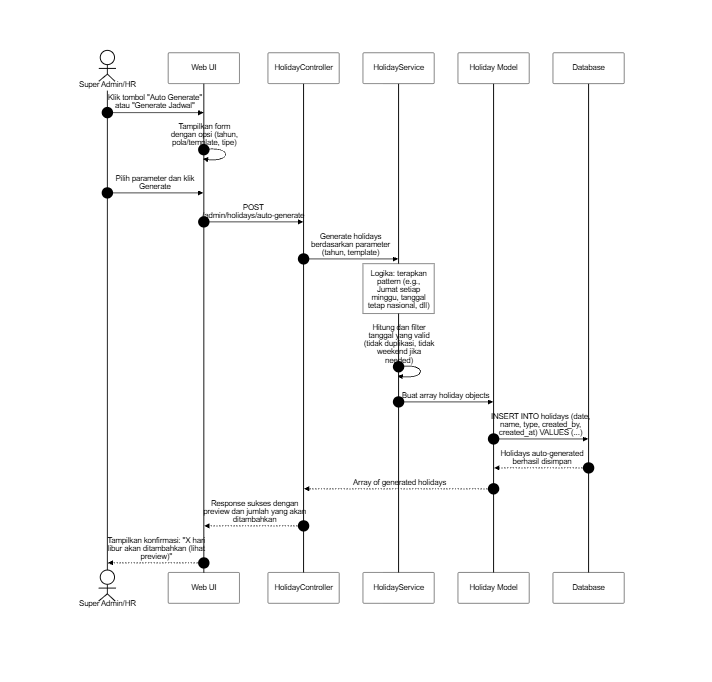
Earlier version of the Mermaid export docs/SequenceDiagram/PNG_Transparent/KelolaHariLibur-AutoGenerate.png (SulaimanHafi23/SimpegRSHDI). Its source is kept beside it as docs/SequenceDiagram/KelolaHariLibur-AutoGenerate.mermaid. Its diagram source:
```mermaid
---
id: KelolaHariLibur-AutoGenerateHariLibur
title: Kelola Hari Libur - Auto Generate Hari Libur (berdasarkan pattern)
---
%%{init: {"theme": "base", "themeVariables": {"background": "#dddddd", "primaryColor": "#ffffff", "primaryBorderColor": "#000000", "primaryTextColor": "#000000", "lineColor": "#000000", "textColor": "#000000", "actorBkg": "#ffffff", "actorBorder": "#000000", "actorTextColor": "#000000", "activationBkgColor": "#ffffff", "activationBorderColor": "#000000", "signalColor": "#000000", "signalTextColor": "#000000", "labelBoxBkgColor": "#ffffff", "labelBoxBorderColor": "#000000", "labelTextColor": "#000000", "sequenceNumberColor": "#000000", "noteBkgColor": "#ffffff", "noteBorderColor": "#000000", "noteTextColor": "#000000"}, "sequence": {"useMaxWidth": true, "wrap": true, "messageFontSize": 12, "noteFontSize": 12}}}%%
sequenceDiagram
    autonumber
    actor SA as Super Admin/HR
    participant UI as Web UI
    participant C as HolidayController
    participant HService as HolidayService
    participant H as Holiday Model
    participant DB as Database

    SA->>UI: Klik tombol "Auto Generate" atau "Generate Jadwal"
    UI->>UI: Tampilkan form dengan opsi (tahun, pola/template, tipe)
    SA->>UI: Pilih parameter dan klik Generate
    UI->>C: POST /admin/holidays/auto-generate
    C->>HService: Generate holidays berdasarkan parameter (tahun, template)
    note over HService: Logika: terapkan pattern (e.g., Jumat setiap minggu, tanggal tetap nasional, dll)
    HService->>HService: Hitung dan filter tanggal yang valid (tidak duplikasi, tidak weekend jika needed)
    HService->>H: Buat array holiday objects
    H->>DB: INSERT INTO holidays (date, name, type, created_by, created_at) VALUES (...)
    DB-->>H: Holidays auto-generated berhasil disimpan
    H-->>C: Array of generated holidays
    C-->>UI: Response sukses dengan preview dan jumlah yang akan ditambahkan
    UI-->>SA: Tampilkan konfirmasi: "X hari libur akan ditambahkan (lihat preview)"
```
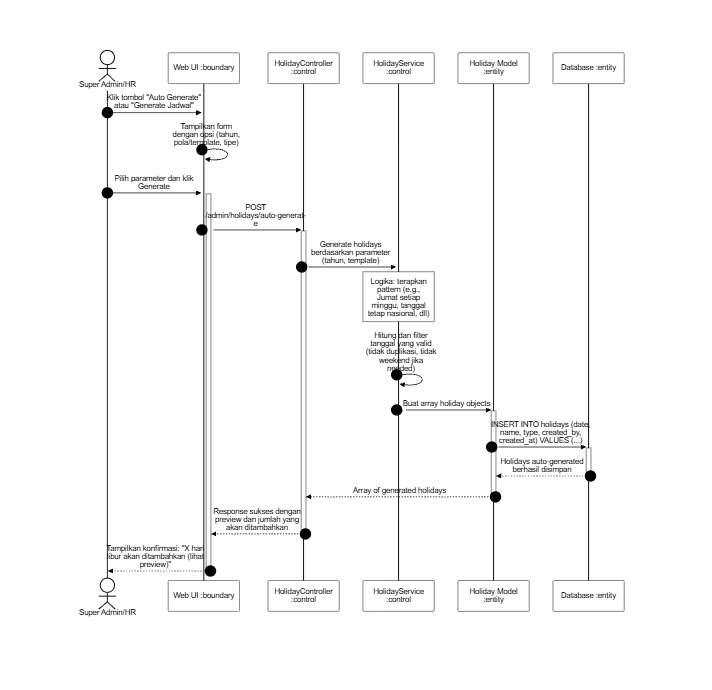
After the commit.

Change to the diagram source:
```diff
@@ -6,22 +6,22 @@
 sequenceDiagram
     autonumber
     actor SA as Super Admin/HR
-    participant UI as Web UI
-    participant C as HolidayController
-    participant HService as HolidayService
-    participant H as Holiday Model
-    participant DB as Database
+    participant UI as Web UI :boundary
+    participant C as HolidayController :control
+    participant HService as HolidayService :control
+    participant H as Holiday Model :entity
+    participant DB as Database :entity
 
-    SA->>UI: Klik tombol "Auto Generate" atau "Generate Jadwal"
-    UI->>UI: Tampilkan form dengan opsi (tahun, pola/template, tipe)
-    SA->>UI: Pilih parameter dan klik Generate
-    UI->>C: POST /admin/holidays/auto-generate
-    C->>HService: Generate holidays berdasarkan parameter (tahun, template)
+    SA->>+UI: Klik tombol "Auto Generate" atau "Generate Jadwal"
+    UI->>+UI: Tampilkan form dengan opsi (tahun, pola/template, tipe)
+    SA->>+UI: Pilih parameter dan klik Generate
+    UI->>+C: POST /admin/holidays/auto-generate
+    C->>+HService: Generate holidays berdasarkan parameter (tahun, template)
     note over HService: Logika: terapkan pattern (e.g., Jumat setiap minggu, tanggal tetap nasional, dll)
-    HService->>HService: Hitung dan filter tanggal yang valid (tidak duplikasi, tidak weekend jika needed)
-    HService->>H: Buat array holiday objects
-    H->>DB: INSERT INTO holidays (date, name, type, created_by, created_at) VALUES (...)
-    DB-->>H: Holidays auto-generated berhasil disimpan
-    H-->>C: Array of generated holidays
-    C-->>UI: Response sukses dengan preview dan jumlah yang akan ditambahkan
-    UI-->>SA: Tampilkan konfirmasi: "X hari libur akan ditambahkan (lihat preview)"
+    HService->>+HService: Hitung dan filter tanggal yang valid (tidak duplikasi, tidak weekend jika needed)
+    HService->>+H: Buat array holiday objects
+    H->>+DB: INSERT INTO holidays (date, name, type, created_by, created_at) VALUES (...)
+    DB-->>-H: Holidays auto-generated berhasil disimpan
+    H-->>-C: Array of generated holidays
+    C-->>-UI: Response sukses dengan preview dan jumlah yang akan ditambahkan
+    UI-->>-SA: Tampilkan konfirmasi: "X hari libur akan ditambahkan (lihat preview)"
```
